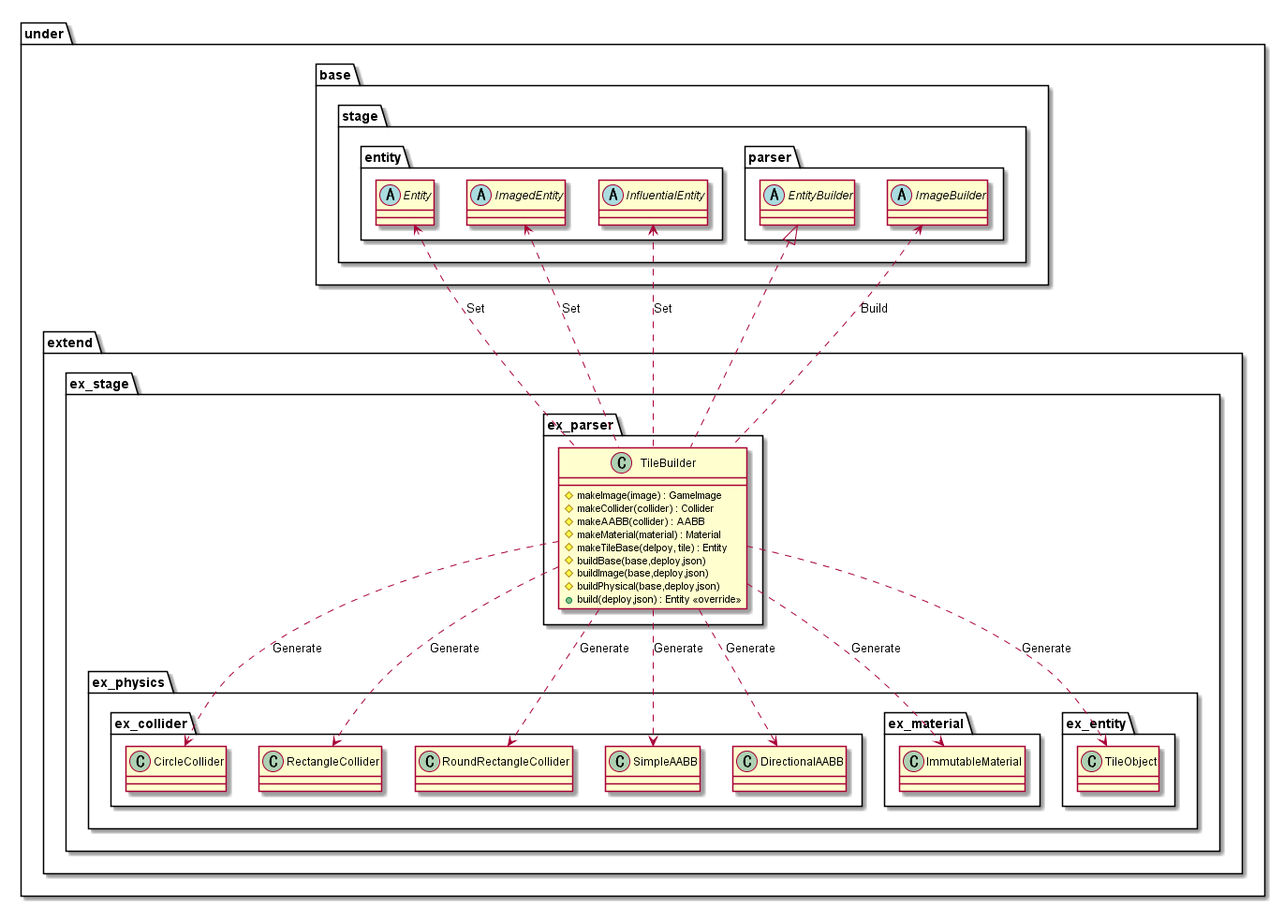
The PlantUML diagram out/uml/parser/Tile/ParserTile.png in Expine/Under, before a commit. The source it was exported from:
```plantuml
@startuml ParserTile

package under {
    package extend {
        package ex_stage {
            package ex_parser {
                class TileBuilder {
                    #makeImage(image) : GameImage
                    #makeCollider(collider) : Collider
                    #makeAABB(collider) : AABB
                    #makeMaterial(material) : Material
                    #makeTileBase(delpoy, tile) : Entity
                    #buildBase(base,deploy,json)
                    #buildImage(base,deploy,json)
                    #buildPhysical(base,deploy,json)
                    +build(deploy,json) : Entity <<override>>
                }
            }
        }
    }
}

package under {
    package base {
        package stage {
            package entity {
                abstract Entity
                abstract ImagedEntity
                abstract InfluentialEntity
            }
            package parser {
                abstract EntityBuilder
                abstract ImageBuilder
            }
        }
    }
    package extend {
        package ex_stage {
            package ex_physics {
                package ex_collider {
                    class CircleCollider
                    class RectangleCollider
                    class RoundRectangleCollider
                    class SimpleAABB
                    class DirectionalAABB
                }
                package ex_material {
                    class ImmutableMaterial
                }
                package ex_entity {
                    class TileObject
                }
            }
        }

    }
}

TileBuilder ..> RectangleCollider : Generate
TileBuilder ..> CircleCollider : Generate
TileBuilder ..> RoundRectangleCollider : Generate
TileBuilder ..> SimpleAABB : Generate
TileBuilder ..> DirectionalAABB : Generate
TileBuilder ..> ImmutableMaterial : Generate
TileBuilder ..> TileObject : Generate
Entity <.. TileBuilder : Set
ImagedEntity <.. TileBuilder : Set
InfluentialEntity <.. TileBuilder : Set
ImageBuilder <.. TileBuilder : Build

EntityBuilder <|.. TileBuilder

@enduml
```
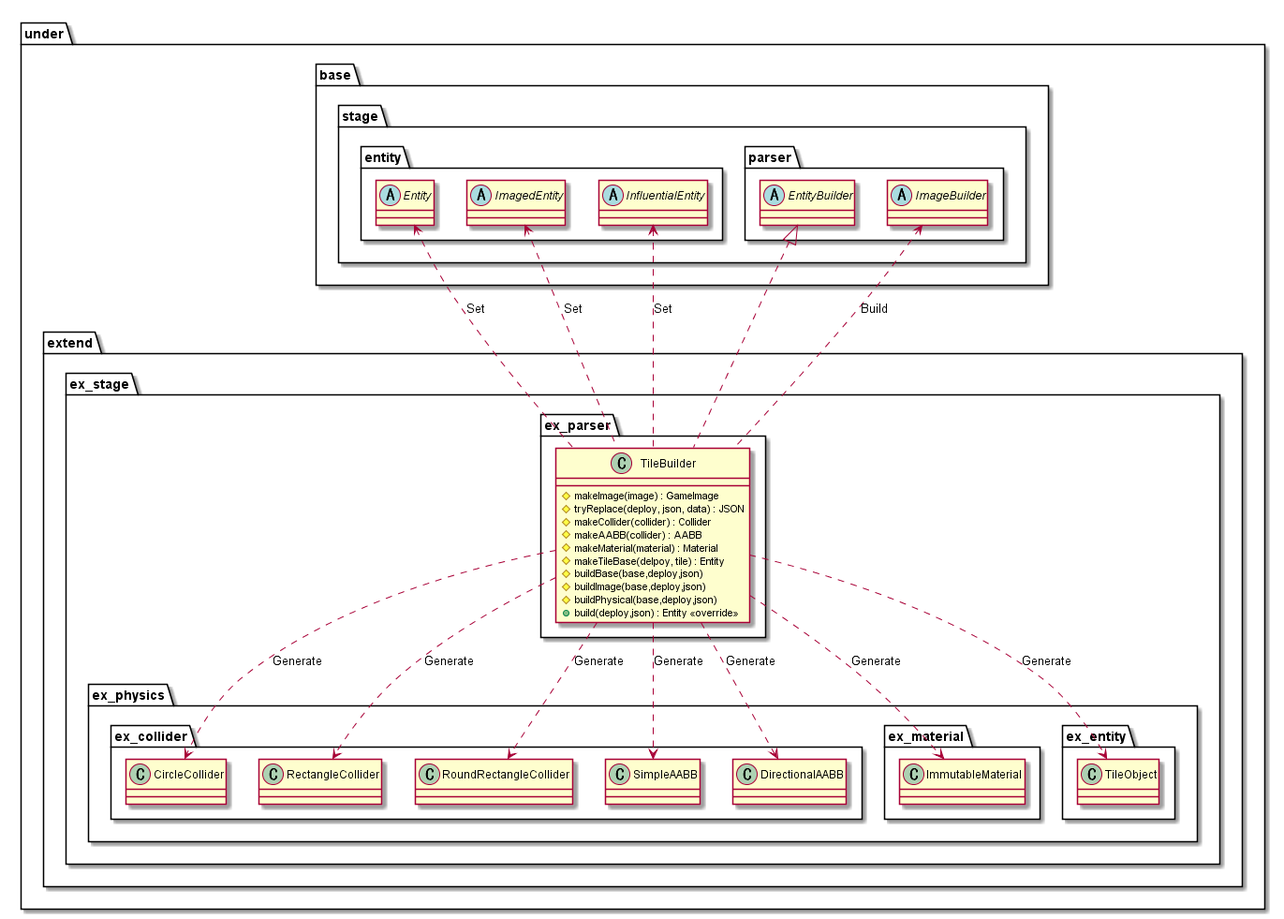
After the commit.

Change to the diagram source:
```diff
@@ -6,6 +6,7 @@
             package ex_parser {
                 class TileBuilder {
                     #makeImage(image) : GameImage
+                    #tryReplace(deploy, json, data) : JSON
                     #makeCollider(collider) : Collider
                     #makeAABB(collider) : AABB
                     #makeMaterial(material) : Material
```
